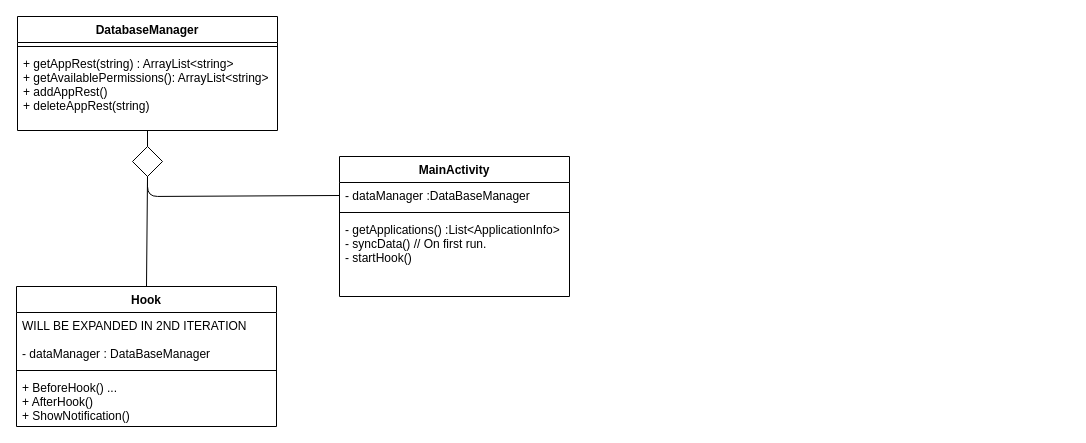
0xToxey/VirtuallyPrivate keeps this draw.io diagram as page "UML" (3 of 3) of VirtuallyPrivate.drawio. Above is the earlier version. Source tidied: cells renumbered, new cells numbered last; positions are measured from the earlier drawing's top-left corner, leaving out a move shared by most shapes. Both pictures are drawn from the tidied source at 100%, with x=0, y=0 at pixel (16, 16).
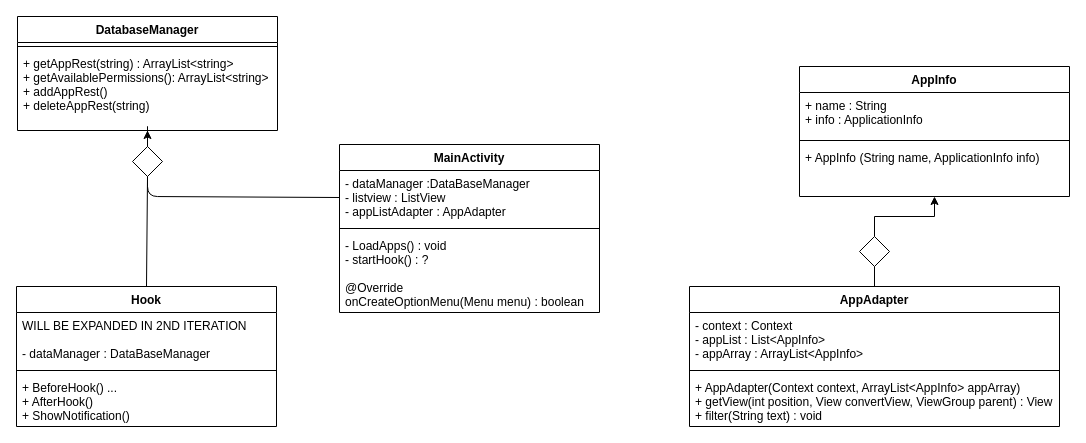
The same diagram, later.

Unchanged cells that the change refers to:
```xml
<mxCell id="6" value="DatabaseManager" style="swimlane;fontStyle=1;align=center;verticalAlign=top;horizontal=1;startSize=26;" parent="1" vertex="1">
  <mxGeometry x="1" width="260" height="114" as="geometry" />
</mxCell>
<mxCell id="11" value="Hook" style="swimlane;fontStyle=1;align=center;verticalAlign=top;horizontal=1;startSize=26;" parent="1" vertex="1">
  <mxGeometry y="270" width="260" height="140" as="geometry" />
</mxCell>
```

Diff of the diagram source:
```diff
@@
     <mxCell id="2" value="MainActivity" style="swimlane;fontStyle=1;align=center;verticalAlign=top;horizontal=1;startSize=26;" parent="1" vertex="1">
-      <mxGeometry x="323" y="140" width="230" height="140" as="geometry" />
+      <mxGeometry x="323" y="128" width="260" height="168" as="geometry" />
     </mxCell>
-    <mxCell id="3" value="- dataManager :DataBaseManager " style="text;strokeColor=none;fillColor=none;align=left;verticalAlign=top;spacingLeft=4;spacingRight=4;overflow=hidden;points=[[0,0.5],[1,0.5]];portConstraint=eastwest;" parent="2" vertex="1">
-      <mxGeometry y="26" width="230" height="26" as="geometry" />
-    </mxCell>
-    <mxCell id="4" style="line;strokeWidth=1;fillColor=none;align=left;verticalAlign=middle;spacingTop=-1;spacingLeft=3;spacingRight=3;labelPosition=right;" parent="2" vertex="1">
-      <mxGeometry y="52" width="230" height="8" as="geometry" />
-    </mxCell>
-    <mxCell id="5" value="- getApplications() :List&lt;ApplicationInfo&gt; &#10;- syncData() // On first run.&#10;- startHook()" style="text;strokeColor=none;fillColor=none;align=left;verticalAlign=top;spacingLeft=4;spacingRight=4;overflow=hidden;" parent="2" vertex="1">
-      <mxGeometry y="60" width="230" height="80" as="geometry" />
-    </mxCell>
+    <mxCell id="17" value="- dataManager :DataBaseManager &#10;- listview : ListView&#10;- appListAdapter : AppAdapter" style="text;strokeColor=none;fillColor=none;align=left;verticalAlign=top;spacingLeft=4;spacingRight=4;overflow=hidden;points=[[0,0.5],[1,0.5]];portConstraint=eastwest;" parent="2" vertex="1">
+      <mxGeometry y="26" width="260" height="54" as="geometry" />
+    </mxCell>
+    <mxCell id="18" style="line;strokeWidth=1;fillColor=none;align=left;verticalAlign=middle;spacingTop=-1;spacingLeft=3;spacingRight=3;labelPosition=right;" parent="2" vertex="1">
+      <mxGeometry y="80" width="260" height="8" as="geometry" />
+    </mxCell>
+    <mxCell id="19" value="- LoadApps() : void&#10;- startHook() : ?&#10;&#10;@Override&#10;onCreateOptionMenu(Menu menu) : boolean" style="text;strokeColor=none;fillColor=none;align=left;verticalAlign=top;spacingLeft=4;spacingRight=4;overflow=hidden;" parent="2" vertex="1">
+      <mxGeometry y="88" width="260" height="80" as="geometry" />
+    </mxCell>
@@
-    <mxCell id="9" style="rhombus;" parent="1" vertex="1">
-      <mxGeometry x="116" y="130" width="30" height="30" as="geometry" />
-    </mxCell>
-    <mxCell id="10" style="endArrow=none;html=1;entryX=0;entryY=0.5;entryDx=0;entryDy=0;exitX=0.5;exitY=1;exitDx=0;exitDy=0;" parent="1" edge="1" source="9" target="3">
-      <mxGeometry relative="1" as="geometry">
-        <Array as="points">
-          <mxPoint x="131" y="180" />
-        </Array>
-      </mxGeometry>
-    </mxCell>
+    <mxCell id="20" style="edgeStyle=orthogonalEdgeStyle;rounded=0;jettySize=auto;html=1;entryX=0.5;entryY=1;entryDx=0;entryDy=0;" parent="1" edge="1" source="21" target="6">
+      <mxGeometry relative="1" as="geometry" />
+    </mxCell>
+    <mxCell id="21" style="rhombus;" parent="1" vertex="1">
+      <mxGeometry x="116" y="130" width="30" height="30" as="geometry" />
+    </mxCell>
+    <mxCell id="22" style="endArrow=none;html=1;entryX=0;entryY=0.5;entryDx=0;entryDy=0;exitX=0.5;exitY=1;exitDx=0;exitDy=0;" parent="1" edge="1" source="21" target="17">
+      <mxGeometry relative="1" as="geometry">
+        <Array as="points">
+          <mxPoint x="131" y="180" />
+        </Array>
+      </mxGeometry>
+    </mxCell>
@@
-    <mxCell id="13" style="line;strokeWidth=1;fillColor=none;align=left;verticalAlign=middle;spacingTop=-1;spacingLeft=3;spacingRight=3;labelPosition=right;" parent="11" vertex="1">
-      <mxGeometry y="80" width="260" height="8" as="geometry" />
-    </mxCell>
+    <mxCell id="23" style="line;strokeWidth=1;fillColor=none;align=left;verticalAlign=middle;spacingTop=-1;spacingLeft=3;spacingRight=3;labelPosition=right;" parent="11" vertex="1">
+      <mxGeometry y="80" width="260" height="8" as="geometry" />
+    </mxCell>
@@
-    <mxCell id="15" style="endArrow=none;html=1;entryX=0.5;entryY=0;entryDx=0;entryDy=0;exitX=0.5;exitY=1;exitDx=0;exitDy=0;" parent="1" edge="1" source="9" target="11">
-      <mxGeometry relative="1" as="geometry" />
-    </mxCell>
-    <mxCell id="16" style="endArrow=none;html=1;entryX=0.5;entryY=1;entryDx=0;entryDy=0;exitX=0.5;exitY=0;exitDx=0;exitDy=0;" parent="1" edge="1" source="9" target="6">
-      <mxGeometry relative="1" as="geometry" />
-    </mxCell>
+    <mxCell id="24" style="endArrow=none;html=1;entryX=0.5;entryY=0;entryDx=0;entryDy=0;exitX=0.5;exitY=1;exitDx=0;exitDy=0;" parent="1" edge="1" source="21" target="11">
+      <mxGeometry relative="1" as="geometry" />
+    </mxCell>
+    <mxCell id="25" value="AppInfo" style="swimlane;fontStyle=1;align=center;verticalAlign=top;horizontal=1;startSize=26;" parent="1" vertex="1">
+      <mxGeometry x="783" y="50" width="270" height="130" as="geometry" />
+    </mxCell>
+    <mxCell id="26" value="+ name : String&#10;+ info : ApplicationInfo" style="text;strokeColor=none;fillColor=none;align=left;verticalAlign=top;spacingLeft=4;spacingRight=4;overflow=hidden;" parent="25" vertex="1">
+      <mxGeometry y="26" width="270" height="44" as="geometry" />
+    </mxCell>
+    <mxCell id="27" style="line;strokeWidth=1;fillColor=none;align=left;verticalAlign=middle;spacingTop=-1;spacingLeft=3;spacingRight=3;labelPosition=right;" parent="25" vertex="1">
+      <mxGeometry y="70" width="270" height="8" as="geometry" />
+    </mxCell>
+    <mxCell id="28" value="+ AppInfo (String name, ApplicationInfo info)" style="text;strokeColor=none;fillColor=none;align=left;verticalAlign=top;spacingLeft=4;spacingRight=4;overflow=hidden;points=[[0,0.5],[1,0.5]];portConstraint=eastwest;" parent="25" vertex="1">
+      <mxGeometry y="78" width="270" height="52" as="geometry" />
+    </mxCell>
+    <mxCell id="29" value="AppAdapter" style="swimlane;fontStyle=1;align=center;verticalAlign=top;horizontal=1;startSize=26;" parent="1" vertex="1">
+      <mxGeometry x="673" y="270" width="370" height="140" as="geometry" />
+    </mxCell>
+    <mxCell id="30" value="- context : Context&#10;- appList : List&lt;AppInfo&gt;&#10;- appArray : ArrayList&lt;AppInfo&gt;" style="text;strokeColor=none;fillColor=none;align=left;verticalAlign=top;spacingLeft=4;spacingRight=4;overflow=hidden;" parent="29" vertex="1">
+      <mxGeometry y="26" width="370" height="54" as="geometry" />
+    </mxCell>
+    <mxCell id="31" style="line;strokeWidth=1;fillColor=none;align=left;verticalAlign=middle;spacingTop=-1;spacingLeft=3;spacingRight=3;labelPosition=right;" parent="29" vertex="1">
+      <mxGeometry y="80" width="370" height="8" as="geometry" />
+    </mxCell>
+    <mxCell id="32" value="+ AppAdapter(Context context, ArrayList&lt;AppInfo&gt; appArray)&#10;+ getView(int position, View convertView, ViewGroup parent) : View&#10;+ filter(String text) : void" style="text;strokeColor=none;fillColor=none;align=left;verticalAlign=top;spacingLeft=4;spacingRight=4;overflow=hidden;" parent="29" vertex="1">
+      <mxGeometry y="88" width="370" height="52" as="geometry" />
+    </mxCell>
+    <mxCell id="33" style="edgeStyle=orthogonalEdgeStyle;rounded=0;jettySize=auto;html=1;entryX=0.5;entryY=1;entryDx=0;entryDy=0;entryPerimeter=0;" parent="1" edge="1" source="34" target="28">
+      <mxGeometry relative="1" as="geometry" />
+    </mxCell>
+    <mxCell id="34" style="rhombus;" parent="1" vertex="1">
+      <mxGeometry x="843" y="220" width="30" height="30" as="geometry" />
+    </mxCell>
+    <mxCell id="35" style="endArrow=none;html=1;exitX=0.5;exitY=0;exitDx=0;exitDy=0;entryX=0.5;entryY=1;entryDx=0;entryDy=0;" parent="1" edge="1" source="29" target="34">
+      <mxGeometry relative="1" as="geometry" />
+    </mxCell>
```
